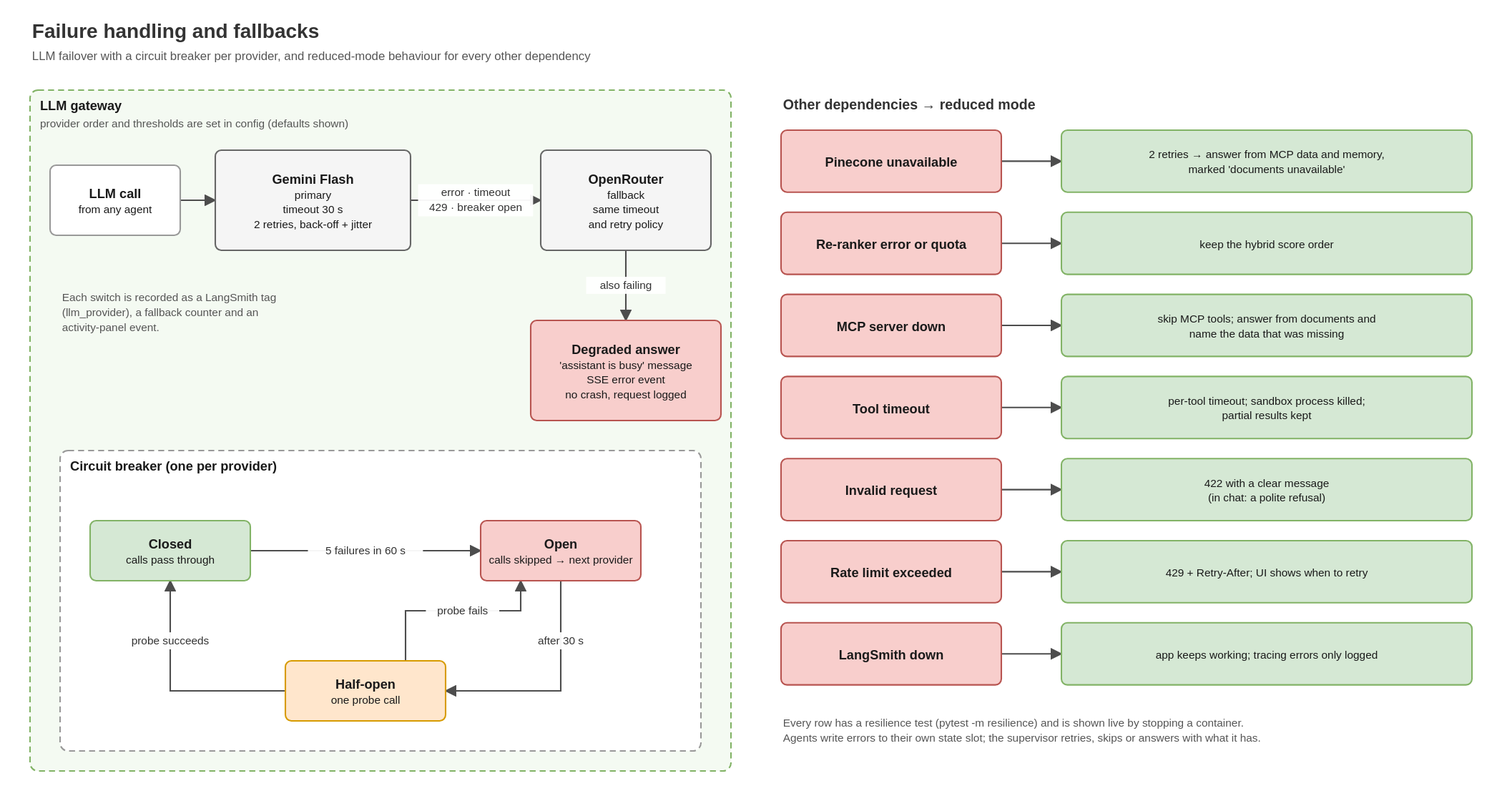
madukawala/enterprise-knowledge-agent keeps this draw.io diagram as docs/architecture/07-failure-handling.drawio.svg. Above is the earlier version. Source tidied: cells renumbered, new cells last; positions are measured from the earlier drawing's top-left corner, leaving out a move shared by most shapes.
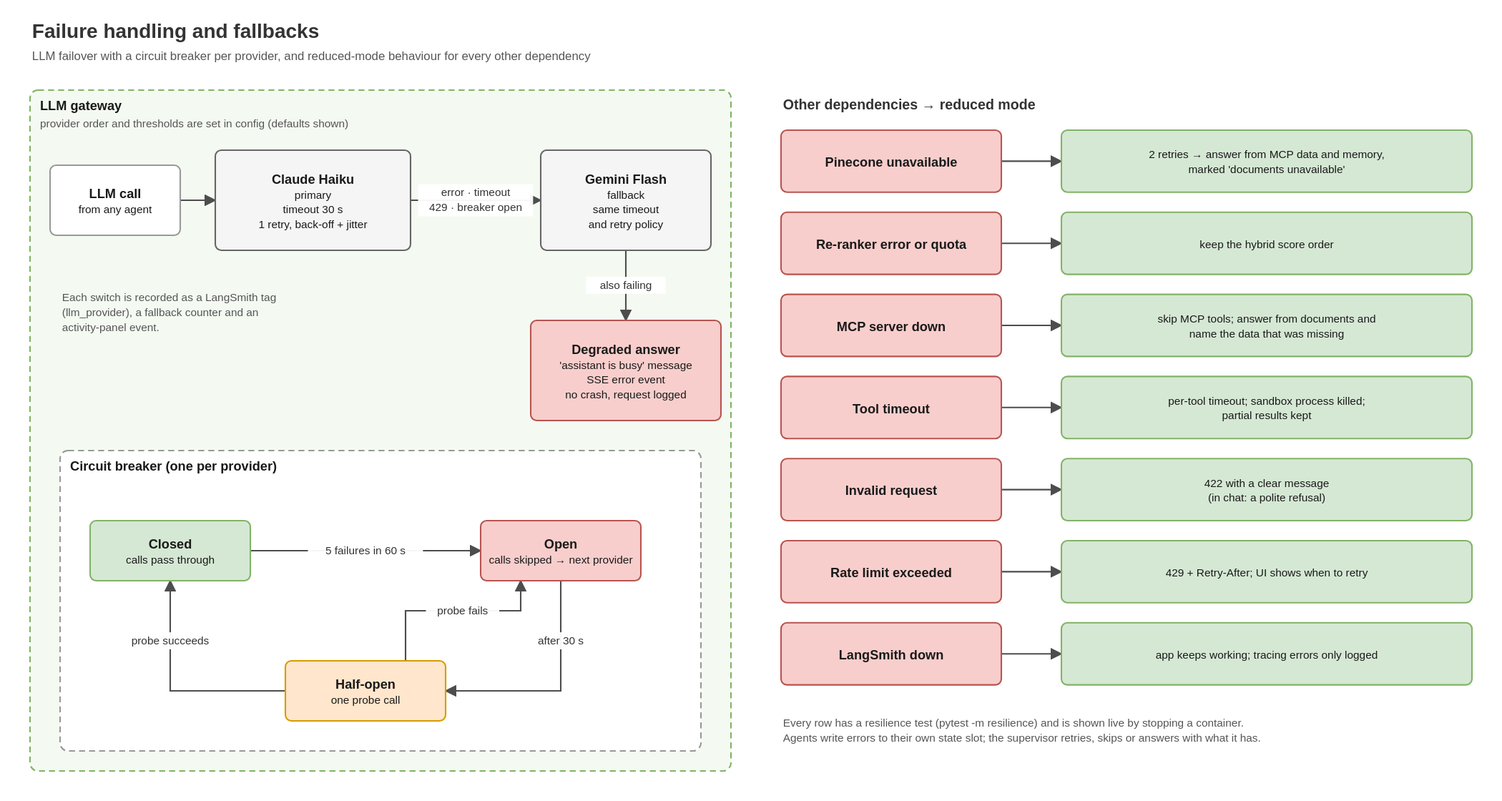
The same file after the commit.

What changed in the source:
```diff
@@ -17,10 +17,10 @@
     <mxCell id="6" value="&lt;b&gt;LLM call&lt;/b&gt;&lt;br&gt;&lt;span style=&quot;font-size:11px&quot;&gt;from any agent&lt;/span&gt;" style="html=1;whiteSpace=wrap;fontFamily=Helvetica;fontSize=13;fontColor=#1A1A1A;rounded=1;absoluteArcSize=1;arcSize=12;fillColor=#FFFFFF;strokeColor=#999999;strokeWidth=1.5;align=center;" parent="1" vertex="1">
       <mxGeometry x="20" y="147" width="130" height="70" as="geometry" />
     </mxCell>
-    <mxCell id="7" value="&lt;b&gt;Gemini Flash&lt;/b&gt;&lt;br&gt;&lt;span style=&quot;font-size:11px&quot;&gt;primary&lt;br&gt;timeout 30 s&lt;br&gt;2 retries, back-off + jitter&lt;/span&gt;" style="html=1;whiteSpace=wrap;fontFamily=Helvetica;fontSize=13;fontColor=#1A1A1A;rounded=1;absoluteArcSize=1;arcSize=12;fillColor=#F5F5F5;strokeColor=#666666;strokeWidth=1.5;align=center;" parent="1" vertex="1">
+    <mxCell id="7" value="&lt;b&gt;Claude Haiku&lt;/b&gt;&lt;br&gt;&lt;span style=&quot;font-size:11px&quot;&gt;primary&lt;br&gt;timeout 30 s&lt;br&gt;1 retry, back-off + jitter&lt;/span&gt;" style="html=1;whiteSpace=wrap;fontFamily=Helvetica;fontSize=13;fontColor=#1A1A1A;rounded=1;absoluteArcSize=1;arcSize=12;fillColor=#F5F5F5;strokeColor=#666666;strokeWidth=1.5;align=center;" parent="1" vertex="1">
       <mxGeometry x="185" y="132" width="195" height="100" as="geometry" />
     </mxCell>
-    <mxCell id="8" value="&lt;b&gt;OpenRouter&lt;/b&gt;&lt;br&gt;&lt;span style=&quot;font-size:11px&quot;&gt;fallback&lt;br&gt;same timeout&lt;br&gt;and retry policy&lt;/span&gt;" style="html=1;whiteSpace=wrap;fontFamily=Helvetica;fontSize=13;fontColor=#1A1A1A;rounded=1;absoluteArcSize=1;arcSize=12;fillColor=#F5F5F5;strokeColor=#666666;strokeWidth=1.5;align=center;" parent="1" vertex="1">
+    <mxCell id="8" value="&lt;b&gt;Gemini Flash&lt;/b&gt;&lt;br&gt;&lt;span style=&quot;font-size:11px&quot;&gt;fallback&lt;br&gt;same timeout&lt;br&gt;and retry policy&lt;/span&gt;" style="html=1;whiteSpace=wrap;fontFamily=Helvetica;fontSize=13;fontColor=#1A1A1A;rounded=1;absoluteArcSize=1;arcSize=12;fillColor=#F5F5F5;strokeColor=#666666;strokeWidth=1.5;align=center;" parent="1" vertex="1">
       <mxGeometry x="510" y="132" width="170" height="100" as="geometry" />
     </mxCell>
     <mxCell id="9" value="&lt;b&gt;Degraded answer&lt;/b&gt;&lt;br&gt;&lt;span style=&quot;font-size:11px&quot;&gt;'assistant is busy' message&lt;br&gt;SSE error event&lt;br&gt;no crash, request logged&lt;/span&gt;" style="html=1;whiteSpace=wrap;fontFamily=Helvetica;fontSize=13;fontColor=#1A1A1A;rounded=1;absoluteArcSize=1;arcSize=12;fillColor=#F8CECC;strokeColor=#B85450;strokeWidth=1.5;align=center;" parent="1" vertex="1">
```
